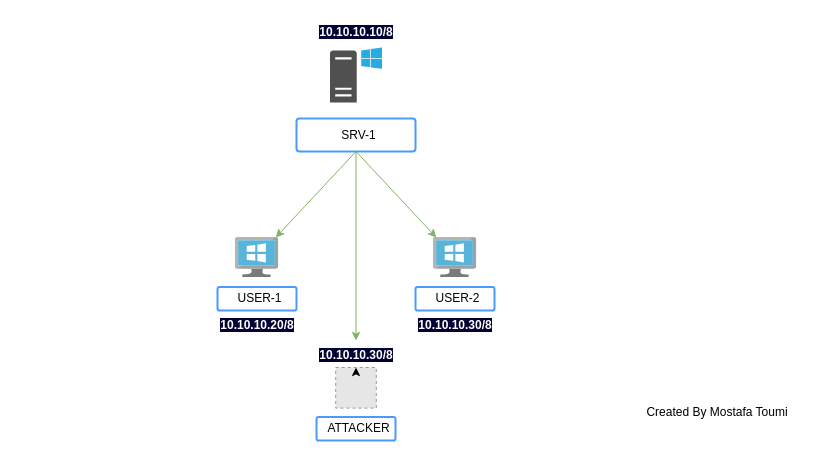
Earlier version of the draw.io diagram active directory.drawio (Mostafatoumi/notes). Source tidied: cells renumbered, new cells numbered last; positions are measured from the earlier drawing's top-left corner, leaving out a move shared by most shapes. Both pictures are drawn from the tidied source at 100%, with x=0, y=0 at pixel (217, 17). Pictures stored in the file or linked from it are replaced by grey dashed boxes.
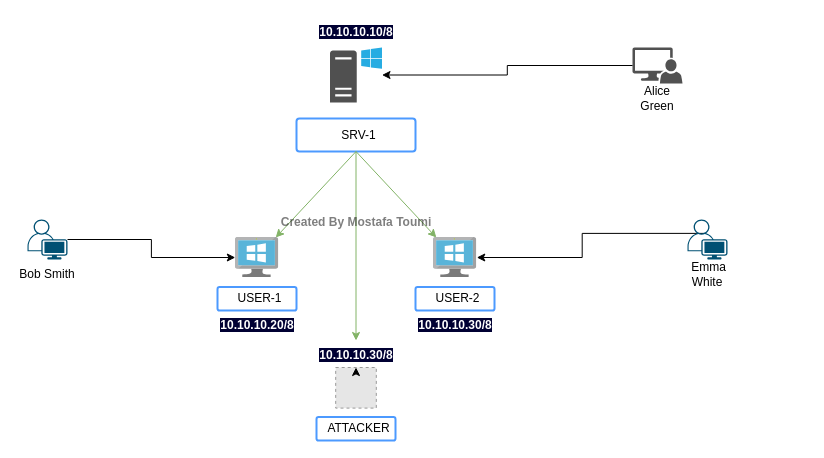
The same diagram, later.

The change refers to these unchanged cells:
```xml
<mxCell id="3" style="sketch=0;shadow=0;dashed=0;html=1;strokeColor=none;fillColor=#505050;labelPosition=center;verticalLabelPosition=bottom;verticalAlign=top;outlineConnect=0;align=center;shape=mxgraph.office.servers.windows_server;" parent="2" vertex="1">
  <mxGeometry x="33.5" width="52" height="55" as="geometry" />
</mxCell>
<mxCell id="6" style="image;sketch=0;html=1;points=[];align=center;fontSize=12;image=img/lib/mscae/VirtualMachineWindows.svg;" parent="5" vertex="1">
  <mxGeometry x="17.8" width="43.5" height="40" as="geometry" />
</mxCell>
<mxCell id="9" style="image;sketch=0;html=1;points=[];align=center;fontSize=12;image=img/lib/mscae/VirtualMachineWindows.svg;" parent="8" vertex="1">
  <mxGeometry x="17.8" width="43.5" height="40" as="geometry" />
</mxCell>
```

The edit, as a diff of the source:
```diff
@@
-    <mxCell id="22" value="Created By Mostafa Toumi" style="text;strokeColor=none;align=center;fillColor=none;html=1;verticalAlign=middle;whiteSpace=wrap;rounded=0;" parent="1" vertex="1">
-      <mxGeometry x="410" y="380" width="180" height="30" as="geometry" />
+    <mxCell id="22" value="Created By Mostafa Toumi" style="text;strokeColor=none;align=center;fillColor=none;html=1;verticalAlign=middle;whiteSpace=wrap;rounded=0;fontStyle=1;textOpacity=50;" parent="1" vertex="1">
+      <mxGeometry x="48.5" y="190" width="180" height="30" as="geometry" />
     </mxCell>
+    <mxCell id="23" style="group;" parent="1" vertex="1">
+      <mxGeometry x="410" y="30" width="60" height="66" as="geometry" />
+    </mxCell>
+    <mxCell id="24" style="sketch=0;shadow=0;dashed=0;html=1;strokeColor=none;labelPosition=center;verticalLabelPosition=bottom;verticalAlign=top;align=center;fillColor=#515151;shape=mxgraph.mscae.system_center.admin_console;" parent="23" vertex="1">
+      <mxGeometry x="5" width="50" height="36" as="geometry" />
+    </mxCell>
+    <mxCell id="25" value="Alice Green" style="text;strokeColor=none;align=center;fillColor=none;html=1;verticalAlign=middle;whiteSpace=wrap;rounded=0;" parent="23" vertex="1">
+      <mxGeometry y="36" width="60" height="30" as="geometry" />
+    </mxCell>
+    <mxCell id="26" style="group;" parent="1" vertex="1">
+      <mxGeometry x="-200" y="202" width="60" height="70" as="geometry" />
+    </mxCell>
+    <mxCell id="27" style="points=[[0.35,0,0],[0.98,0.51,0],[1,0.71,0],[0.67,1,0],[0,0.795,0],[0,0.65,0]];verticalLabelPosition=bottom;sketch=0;html=1;verticalAlign=top;align=center;shape=mxgraph.cisco19.user;fillColor=#005073;strokeColor=none;" parent="26" vertex="1">
+      <mxGeometry x="10" width="40" height="40" as="geometry" />
+    </mxCell>
+    <mxCell id="28" value="Bob Smith" style="text;strokeColor=none;align=center;fillColor=none;html=1;verticalAlign=middle;whiteSpace=wrap;rounded=0;" parent="26" vertex="1">
+      <mxGeometry y="40" width="60" height="30" as="geometry" />
+    </mxCell>
+    <mxCell id="29" style="edgeStyle=orthogonalEdgeStyle;rounded=0;jettySize=auto;html=1;exitX=0.447;exitY=0.347;exitDx=0;exitDy=0;exitPerimeter=0;" parent="1" edge="1" source="32" target="6">
+      <mxGeometry relative="1" as="geometry" />
+    </mxCell>
+    <mxCell id="30" style="edgeStyle=orthogonalEdgeStyle;rounded=0;jettySize=auto;html=1;" parent="1" edge="1" source="27" target="9">
+      <mxGeometry relative="1" as="geometry" />
+    </mxCell>
+    <mxCell id="31" style="group;" parent="1" vertex="1">
+      <mxGeometry x="460" y="202" width="60" height="70" as="geometry" />
+    </mxCell>
+    <mxCell id="32" style="points=[[0.35,0,0],[0.98,0.51,0],[1,0.71,0],[0.67,1,0],[0,0.795,0],[0,0.65,0]];verticalLabelPosition=bottom;sketch=0;html=1;verticalAlign=top;align=center;shape=mxgraph.cisco19.user;fillColor=#005073;strokeColor=none;" parent="31" vertex="1">
+      <mxGeometry x="10" width="40" height="40" as="geometry" />
+    </mxCell>
+    <mxCell id="33" value="&amp;nbsp;Emma White" style="text;strokeColor=none;align=center;fillColor=none;html=1;verticalAlign=middle;whiteSpace=wrap;rounded=0;" parent="31" vertex="1">
+      <mxGeometry y="40" width="60" height="30" as="geometry" />
+    </mxCell>
+    <mxCell id="34" style="edgeStyle=orthogonalEdgeStyle;rounded=0;jettySize=auto;html=1;" parent="1" edge="1" source="24" target="3">
+      <mxGeometry relative="1" as="geometry" />
+    </mxCell>
```
